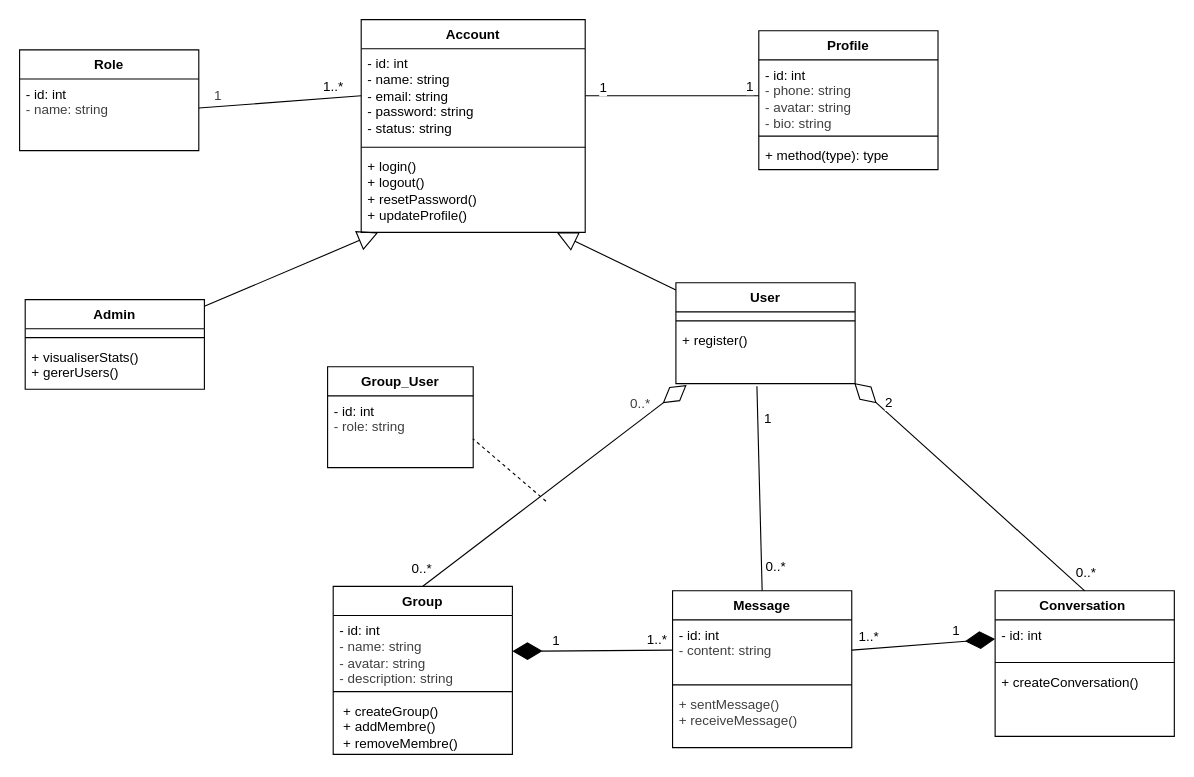
Before: docs/diagramme-class.drawio in Mohsen-Elrhazi/projet_fil_rouge, a draw.io diagram. Source tidied: cells renumbered, new cells numbered last; positions are measured from the earlier drawing's top-left corner, leaving out a move shared by most shapes. Both pictures are drawn from the tidied source at 112%, with x=0, y=0 at pixel (19, 19).
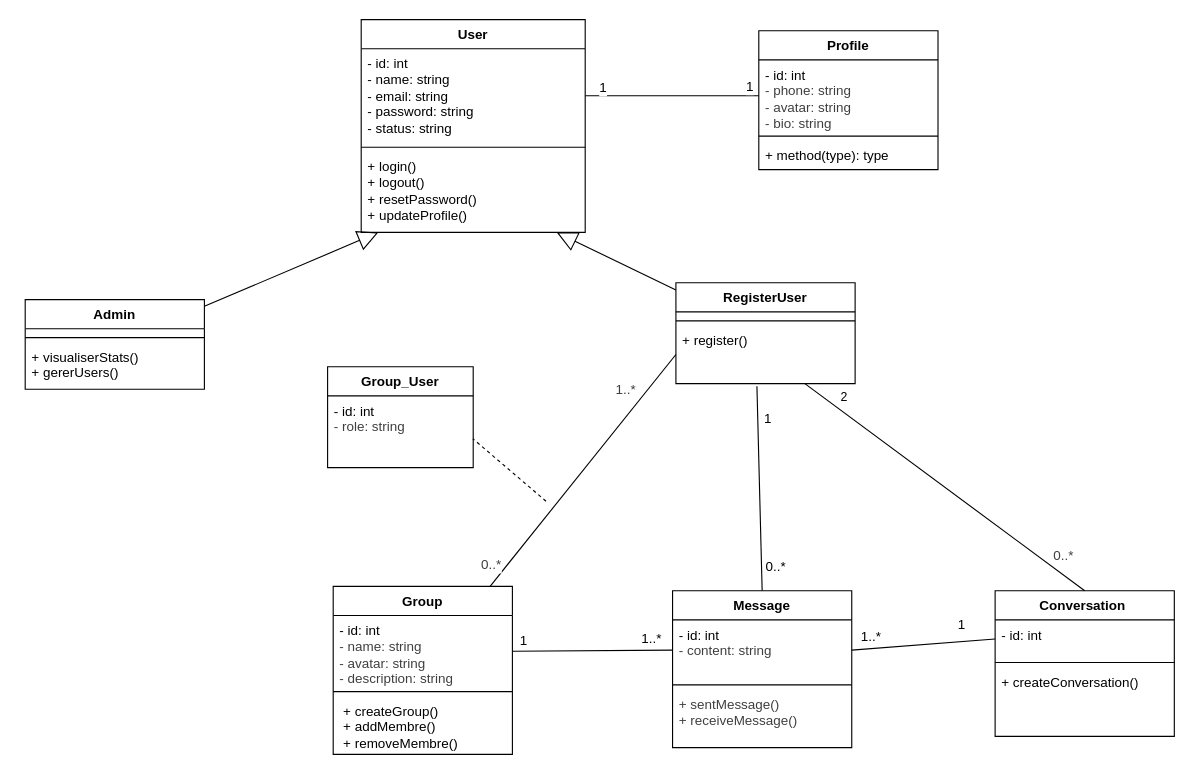
The same diagram, later.

The change refers to these unchanged cells:
```xml
<mxCell id="3" value="- id: int&lt;div&gt;- name: string&lt;div&gt;- email: string&lt;/div&gt;&lt;div&gt;&lt;div&gt;- password: string&lt;/div&gt;&lt;div&gt;&lt;div&gt;- status: string&lt;/div&gt;&lt;div&gt;&lt;br style=&quot;color: rgb(63, 63, 63);&quot;&gt;&lt;/div&gt;&lt;/div&gt;&lt;div&gt;&lt;br style=&quot;color: rgb(63, 63, 63);&quot;&gt;&lt;/div&gt;&lt;/div&gt;&lt;div&gt;&lt;br&gt;&lt;div&gt;&lt;br style=&quot;color: rgb(63, 63, 63);&quot;&gt;&lt;/div&gt;&lt;/div&gt;&lt;/div&gt;" style="text;strokeColor=none;fillColor=none;align=left;verticalAlign=top;spacingLeft=4;spacingRight=4;overflow=hidden;points=[[0,0.5],[1,0.5]];portConstraint=eastwest;whiteSpace=wrap;html=1;" parent="2" vertex="1">
  <mxGeometry y="26" width="200" height="84" as="geometry" />
</mxCell>
<mxCell id="7" value="&lt;span style=&quot;color: rgb(0, 0, 0);&quot;&gt;- id: int&lt;/span&gt;&lt;div&gt;&lt;span style=&quot;color: rgb(63, 63, 63);&quot;&gt;- content: string&lt;/span&gt;&lt;/div&gt;&lt;div&gt;&lt;br&gt;&lt;/div&gt;&lt;div&gt;&lt;span style=&quot;color: rgb(63, 63, 63);&quot;&gt;&lt;br&gt;&lt;/span&gt;&lt;/div&gt;&lt;div&gt;&lt;span style=&quot;color: rgb(63, 63, 63);&quot;&gt;&lt;br&gt;&lt;/span&gt;&lt;/div&gt;&lt;div&gt;&lt;font color=&quot;#000000&quot;&gt;&lt;br&gt;&lt;/font&gt;&lt;div&gt;&lt;span style=&quot;color: rgb(0, 0, 0);&quot;&gt;&lt;br&gt;&lt;/span&gt;&lt;/div&gt;&lt;/div&gt;" style="text;strokeColor=none;fillColor=none;align=left;verticalAlign=top;spacingLeft=4;spacingRight=4;overflow=hidden;points=[[0,0.5],[1,0.5]];portConstraint=eastwest;whiteSpace=wrap;html=1;" parent="6" vertex="1">
  <mxGeometry y="26" width="160" height="54" as="geometry" />
</mxCell>
<mxCell id="12" value="Conversation&amp;nbsp;" style="swimlane;fontStyle=1;align=center;verticalAlign=top;horizontal=1;startSize=26;whiteSpace=wrap;html=1;" parent="1" vertex="1">
  <mxGeometry x="871" y="510" width="160" height="130" as="geometry" />
</mxCell>
<mxCell id="13" value="&lt;span style=&quot;color: rgb(0, 0, 0);&quot;&gt;- id: int&lt;/span&gt;&lt;div&gt;&lt;br&gt;&lt;/div&gt;&lt;div&gt;&lt;span style=&quot;color: rgb(63, 63, 63);&quot;&gt;&lt;br&gt;&lt;/span&gt;&lt;/div&gt;&lt;div&gt;&lt;span style=&quot;color: rgb(63, 63, 63);&quot;&gt;&lt;br&gt;&lt;/span&gt;&lt;/div&gt;&lt;div&gt;&lt;font color=&quot;#000000&quot;&gt;&lt;br&gt;&lt;/font&gt;&lt;div&gt;&lt;span style=&quot;color: rgb(0, 0, 0);&quot;&gt;&lt;br&gt;&lt;/span&gt;&lt;/div&gt;&lt;/div&gt;" style="text;strokeColor=none;fillColor=none;align=left;verticalAlign=top;spacingLeft=4;spacingRight=4;overflow=hidden;points=[[0,0.5],[1,0.5]];portConstraint=eastwest;whiteSpace=wrap;html=1;" parent="12" vertex="1">
  <mxGeometry y="26" width="160" height="34" as="geometry" />
</mxCell>
<mxCell id="16" value="Group" style="swimlane;fontStyle=1;align=center;verticalAlign=top;horizontal=1;startSize=26;whiteSpace=wrap;html=1;" parent="1" vertex="1">
  <mxGeometry x="280" y="506" width="160" height="150" as="geometry" />
</mxCell>
<mxCell id="17" value="&lt;span style=&quot;color: rgb(0, 0, 0);&quot;&gt;- id: int&lt;/span&gt;&lt;div&gt;&lt;span style=&quot;color: rgb(63, 63, 63);&quot;&gt;- name: string&lt;/span&gt;&lt;/div&gt;&lt;div&gt;&lt;span style=&quot;color: rgb(63, 63, 63);&quot;&gt;- avatar: string&lt;/span&gt;&lt;span style=&quot;color: rgb(63, 63, 63);&quot;&gt;&lt;/span&gt;&lt;/div&gt;&lt;div&gt;&lt;span style=&quot;color: rgb(63, 63, 63);&quot;&gt;- description: string&lt;/span&gt;&lt;span style=&quot;color: rgb(63, 63, 63);&quot;&gt;&lt;/span&gt;&lt;/div&gt;&lt;div&gt;&lt;span style=&quot;color: rgb(63, 63, 63);&quot;&gt;&lt;br&gt;&lt;/span&gt;&lt;/div&gt;&lt;div&gt;&lt;span style=&quot;color: rgb(63, 63, 63);&quot;&gt;&lt;br&gt;&lt;/span&gt;&lt;/div&gt;&lt;div&gt;&lt;span style=&quot;color: rgb(63, 63, 63);&quot;&gt;&lt;br&gt;&lt;/span&gt;&lt;/div&gt;&lt;div&gt;&lt;font color=&quot;#000000&quot;&gt;&lt;br&gt;&lt;/font&gt;&lt;div&gt;&lt;span style=&quot;color: rgb(0, 0, 0);&quot;&gt;&lt;br&gt;&lt;/span&gt;&lt;/div&gt;&lt;/div&gt;" style="text;strokeColor=none;fillColor=none;align=left;verticalAlign=top;spacingLeft=4;spacingRight=4;overflow=hidden;points=[[0,0.5],[1,0.5]];portConstraint=eastwest;whiteSpace=wrap;html=1;" parent="16" vertex="1">
  <mxGeometry y="26" width="160" height="64" as="geometry" />
</mxCell>
<mxCell id="27" value="&lt;div&gt;&lt;span style=&quot;color: rgb(0, 0, 0);&quot;&gt;+ register()&lt;/span&gt;&lt;/div&gt;&lt;div&gt;&lt;br&gt;&lt;/div&gt;" style="text;strokeColor=none;fillColor=none;align=left;verticalAlign=top;spacingLeft=4;spacingRight=4;overflow=hidden;points=[[0,0.5],[1,0.5]];portConstraint=eastwest;whiteSpace=wrap;html=1;" parent="24" vertex="1">
  <mxGeometry y="38" width="160" height="52" as="geometry" />
</mxCell>
```

Change to the diagram source:
```diff
@@
-    <mxCell id="2" value="Account" style="swimlane;fontStyle=1;align=center;verticalAlign=top;horizontal=1;startSize=26;whiteSpace=wrap;html=1;" parent="1" vertex="1">
+    <mxCell id="2" value="User" style="swimlane;fontStyle=1;align=center;verticalAlign=top;horizontal=1;startSize=26;whiteSpace=wrap;html=1;" parent="1" vertex="1">
       <mxGeometry x="305" width="200" height="190" as="geometry" />
     </mxCell>
@@
-    <mxCell id="10" value="Role" style="swimlane;fontStyle=1;align=center;verticalAlign=top;horizontal=1;startSize=26;whiteSpace=wrap;html=1;" parent="1" vertex="1">
-      <mxGeometry y="27" width="160" height="90" as="geometry" />
-    </mxCell>
-    <mxCell id="11" value="&lt;span style=&quot;color: rgb(0, 0, 0);&quot;&gt;- id: int&lt;/span&gt;&lt;div&gt;&lt;span style=&quot;color: rgb(63, 63, 63);&quot;&gt;- name: string&lt;/span&gt;&lt;/div&gt;&lt;div&gt;&lt;br&gt;&lt;/div&gt;&lt;div&gt;&lt;span style=&quot;color: rgb(63, 63, 63);&quot;&gt;&lt;br&gt;&lt;/span&gt;&lt;/div&gt;&lt;div&gt;&lt;span style=&quot;color: rgb(63, 63, 63);&quot;&gt;&lt;br&gt;&lt;/span&gt;&lt;/div&gt;&lt;div&gt;&lt;font color=&quot;#000000&quot;&gt;&lt;br&gt;&lt;/font&gt;&lt;div&gt;&lt;span style=&quot;color: rgb(0, 0, 0);&quot;&gt;&lt;br&gt;&lt;/span&gt;&lt;/div&gt;&lt;/div&gt;" style="text;strokeColor=none;fillColor=none;align=left;verticalAlign=top;spacingLeft=4;spacingRight=4;overflow=hidden;points=[[0,0.5],[1,0.5]];portConstraint=eastwest;whiteSpace=wrap;html=1;" parent="10" vertex="1">
-      <mxGeometry y="26" width="160" height="64" as="geometry" />
-    </mxCell>
@@
-    <mxCell id="24" value="User" style="swimlane;fontStyle=1;align=center;verticalAlign=top;horizontal=1;startSize=26;whiteSpace=wrap;html=1;" parent="1" vertex="1">
+    <mxCell id="24" value="RegisterUser" style="swimlane;fontStyle=1;align=center;verticalAlign=top;horizontal=1;startSize=26;whiteSpace=wrap;html=1;" parent="1" vertex="1">
       <mxGeometry x="586" y="235" width="160" height="90" as="geometry" />
     </mxCell>
@@
-    <mxCell id="35" style="endArrow=none;html=1;entryX=0;entryY=0.5;entryDx=0;entryDy=0;" parent="1" edge="1" source="11" target="3">
-      <mxGeometry relative="1" as="geometry" />
-    </mxCell>
-    <mxCell id="36" value="&lt;span style=&quot;color: rgb(63, 63, 63); font-size: 12px;&quot;&gt;1&lt;/span&gt;" style="edgeLabel;html=1;align=center;verticalAlign=middle;" parent="35" vertex="1">
-      <mxGeometry x="-0.76" y="2" relative="1" as="geometry">
-        <mxPoint y="-8" as="offset" />
-      </mxGeometry>
-    </mxCell>
-    <mxCell id="37" value="&lt;font style=&quot;font-size: 12px;&quot;&gt;1..*&lt;/font&gt;" style="edgeLabel;html=1;align=center;verticalAlign=middle;" parent="35" vertex="1">
-      <mxGeometry x="0.72" y="-1" relative="1" as="geometry">
-        <mxPoint x="-5" y="-11" as="offset" />
-      </mxGeometry>
-    </mxCell>
@@
-    <mxCell id="40" style="endArrow=diamondThin;endFill=0;endSize=24;html=1;entryX=0.995;entryY=0.989;entryDx=0;entryDy=0;entryPerimeter=0;exitX=0.5;exitY=0;exitDx=0;exitDy=0;" parent="1" edge="1" source="12" target="27">
-      <mxGeometry relative="1" as="geometry" />
-    </mxCell>
-    <mxCell id="41" value="&lt;font style=&quot;font-size: 12px;&quot;&gt;0..*&lt;/font&gt;" style="edgeLabel;html=1;align=center;verticalAlign=middle;" parent="40" vertex="1">
-      <mxGeometry x="-0.88" y="-1" relative="1" as="geometry">
-        <mxPoint x="12" y="-4" as="offset" />
-      </mxGeometry>
-    </mxCell>
-    <mxCell id="42" value="&lt;font style=&quot;font-size: 12px;&quot;&gt;2&lt;/font&gt;" style="edgeLabel;html=1;align=center;verticalAlign=middle;" parent="40" vertex="1">
-      <mxGeometry x="0.74" relative="1" as="geometry">
-        <mxPoint x="3" y="-7" as="offset" />
-      </mxGeometry>
-    </mxCell>
-    <mxCell id="43" style="endArrow=diamondThin;endFill=1;endSize=24;html=1;entryX=0;entryY=0.5;entryDx=0;entryDy=0;exitX=1;exitY=0.5;exitDx=0;exitDy=0;" parent="1" edge="1" source="7" target="13">
-      <mxGeometry relative="1" as="geometry" />
-    </mxCell>
-    <mxCell id="44" value="&lt;font style=&quot;font-size: 12px;&quot;&gt;1..*&lt;/font&gt;" style="edgeLabel;html=1;align=center;verticalAlign=middle;" parent="43" vertex="1">
-      <mxGeometry x="-0.73" relative="1" as="geometry">
-        <mxPoint x="-2" y="-11" as="offset" />
-      </mxGeometry>
-    </mxCell>
-    <mxCell id="45" value="&lt;font style=&quot;font-size: 12px;&quot;&gt;1&lt;/font&gt;" style="edgeLabel;html=1;align=center;verticalAlign=middle;" parent="43" vertex="1">
-      <mxGeometry x="0.4" relative="1" as="geometry">
-        <mxPoint x="3" y="-10" as="offset" />
-      </mxGeometry>
-    </mxCell>
-    <mxCell id="46" style="endArrow=diamondThin;endFill=1;endSize=24;html=1;entryX=1;entryY=0.5;entryDx=0;entryDy=0;exitX=0;exitY=0.5;exitDx=0;exitDy=0;" parent="1" edge="1" source="7" target="17">
-      <mxGeometry relative="1" as="geometry" />
-    </mxCell>
-    <mxCell id="47" value="&lt;font style=&quot;font-size: 12px;&quot;&gt;1..*&lt;/font&gt;" style="edgeLabel;html=1;align=center;verticalAlign=middle;" parent="46" vertex="1">
-      <mxGeometry x="-0.81" y="-1" relative="1" as="geometry">
-        <mxPoint y="-9" as="offset" />
-      </mxGeometry>
-    </mxCell>
-    <mxCell id="48" value="&lt;font style=&quot;font-size: 12px;&quot;&gt;1&lt;/font&gt;" style="edgeLabel;html=1;align=center;verticalAlign=middle;" parent="46" vertex="1">
-      <mxGeometry x="0.47" y="1" relative="1" as="geometry">
-        <mxPoint y="-10" as="offset" />
-      </mxGeometry>
-    </mxCell>
-    <mxCell id="49" style="endArrow=diamondThin;endFill=0;endSize=24;html=1;exitX=0.5;exitY=0;exitDx=0;exitDy=0;entryX=0.06;entryY=1.023;entryDx=0;entryDy=0;entryPerimeter=0;" parent="1" edge="1" source="16" target="27">
-      <mxGeometry relative="1" as="geometry" />
-    </mxCell>
-    <mxCell id="50" value="&lt;font style=&quot;font-size: 12px;&quot;&gt;0..*&lt;/font&gt;" style="edgeLabel;html=1;align=center;verticalAlign=middle;" parent="49" vertex="1">
-      <mxGeometry x="-0.88" y="-1" relative="1" as="geometry">
-        <mxPoint x="-16" y="-5" as="offset" />
-      </mxGeometry>
-    </mxCell>
-    <mxCell id="51" value="&lt;span style=&quot;color: rgb(63, 63, 63); font-size: 12px;&quot;&gt;0..*&lt;/span&gt;" style="edgeLabel;html=1;align=center;verticalAlign=middle;" parent="49" vertex="1">
-      <mxGeometry x="0.74" relative="1" as="geometry">
-        <mxPoint x="-12" y="-7" as="offset" />
-      </mxGeometry>
-    </mxCell>
@@
+    <mxCell id="58" style="endArrow=none;html=1;exitX=1;exitY=0.5;exitDx=0;exitDy=0;entryX=0;entryY=0.5;entryDx=0;entryDy=0;" parent="1" edge="1" source="17" target="7">
+      <mxGeometry relative="1" as="geometry" />
+    </mxCell>
+    <mxCell id="59" value="&lt;font style=&quot;font-size: 12px;&quot;&gt;1&lt;/font&gt;" style="edgeLabel;html=1;align=center;verticalAlign=middle;" parent="58" vertex="1">
+      <mxGeometry x="-0.66" y="1" relative="1" as="geometry">
+        <mxPoint x="-14" y="-8" as="offset" />
+      </mxGeometry>
+    </mxCell>
+    <mxCell id="60" value="&lt;font style=&quot;font-size: 12px;&quot;&gt;1..*&lt;/font&gt;" style="edgeLabel;html=1;align=center;verticalAlign=middle;" parent="58" vertex="1">
+      <mxGeometry x="0.74" relative="1" as="geometry">
+        <mxPoint y="-11" as="offset" />
+      </mxGeometry>
+    </mxCell>
+    <mxCell id="61" style="endArrow=none;html=1;exitX=0;exitY=0.5;exitDx=0;exitDy=0;entryX=1;entryY=0.5;entryDx=0;entryDy=0;" parent="1" edge="1" source="13" target="7">
+      <mxGeometry relative="1" as="geometry" />
+    </mxCell>
+    <mxCell id="62" value="&lt;font style=&quot;font-size: 12px;&quot;&gt;1&lt;/font&gt;" style="edgeLabel;html=1;align=center;verticalAlign=middle;" parent="61" vertex="1">
+      <mxGeometry x="-0.66" y="1" relative="1" as="geometry">
+        <mxPoint x="-9" y="-15" as="offset" />
+      </mxGeometry>
+    </mxCell>
+    <mxCell id="63" value="&lt;font style=&quot;font-size: 12px;&quot;&gt;1..*&lt;/font&gt;" style="edgeLabel;html=1;align=center;verticalAlign=middle;" parent="61" vertex="1">
+      <mxGeometry x="0.74" relative="1" as="geometry">
+        <mxPoint y="-11" as="offset" />
+      </mxGeometry>
+    </mxCell>
+    <mxCell id="49" style="endArrow=none;html=1;entryX=0;entryY=0.5;entryDx=0;entryDy=0;" parent="1" edge="1" source="16" target="27">
+      <mxGeometry relative="1" as="geometry" />
+    </mxCell>
+    <mxCell id="64" value="&lt;span style=&quot;color: rgb(63, 63, 63); font-size: 12px;&quot;&gt;0..*&lt;/span&gt;" style="edgeLabel;html=1;align=center;verticalAlign=middle;" parent="49" vertex="1">
+      <mxGeometry x="-0.82" y="1" relative="1" as="geometry">
+        <mxPoint x="-14" as="offset" />
+      </mxGeometry>
+    </mxCell>
+    <mxCell id="65" value="&lt;span style=&quot;color: rgb(63, 63, 63); font-size: 12px;&quot;&gt;1..*&lt;/span&gt;" style="edgeLabel;html=1;align=center;verticalAlign=middle;" parent="49" vertex="1">
+      <mxGeometry x="0.68" y="-2" relative="1" as="geometry">
+        <mxPoint x="-21" y="-3" as="offset" />
+      </mxGeometry>
+    </mxCell>
+    <mxCell id="66" style="endArrow=none;html=1;entryX=0.5;entryY=0;entryDx=0;entryDy=0;" parent="1" edge="1" source="27" target="12">
+      <mxGeometry relative="1" as="geometry" />
+    </mxCell>
+    <mxCell id="67" value="&lt;span style=&quot;color: rgb(63, 63, 63); font-size: 12px;&quot;&gt;0..*&lt;/span&gt;" style="edgeLabel;html=1;align=center;verticalAlign=middle;" parent="66" vertex="1">
+      <mxGeometry x="0.68" y="-2" relative="1" as="geometry">
+        <mxPoint x="22" y="-3" as="offset" />
+      </mxGeometry>
+    </mxCell>
+    <mxCell id="42" value="2" style="edgeLabel;html=1;align=center;verticalAlign=middle;" parent="66" vertex="1">
+      <mxGeometry x="-0.87" relative="1" as="geometry">
+        <mxPoint x="18" as="offset" />
+      </mxGeometry>
+    </mxCell>
```
